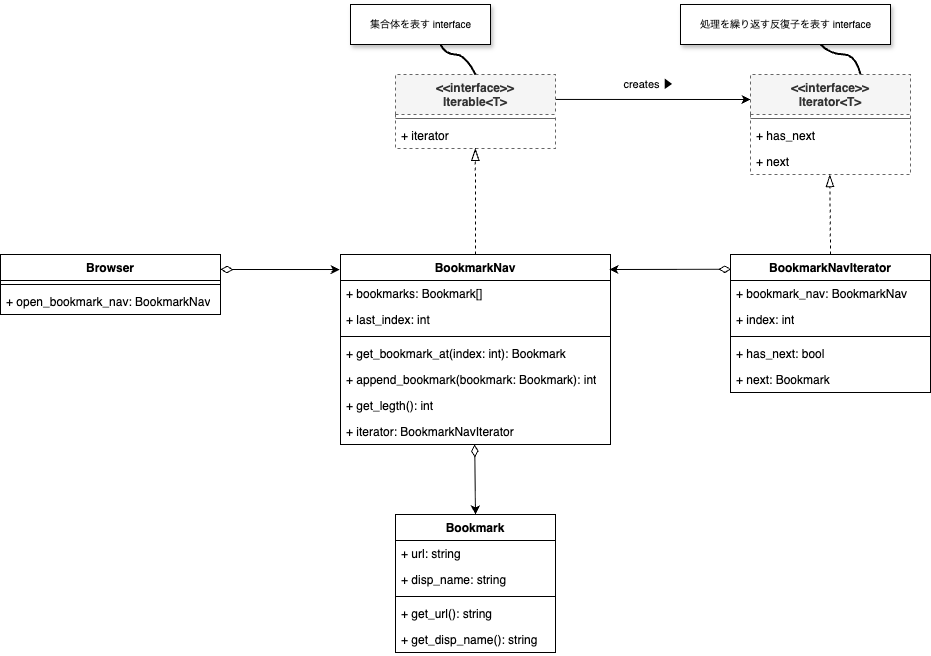
This is uml/iterator.drawio.png from yamaga-shu/design-pattern-ruby, a draw.io export, as it was before one commit. Source tidied: cells renumbered, new cells last; positions are measured from the earlier drawing's top-left corner, leaving out a move shared by most shapes.
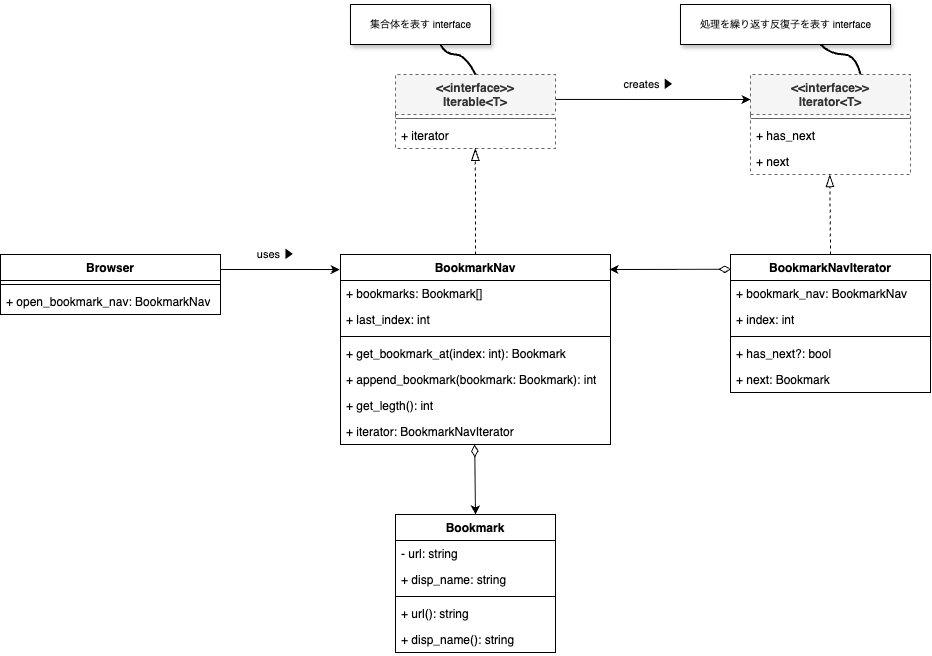
The same file after the commit.

The edit, as a diff of the source:
```diff
@@ -59,7 +59,7 @@
     <mxCell id="20" style="line;strokeWidth=1;fillColor=none;align=left;verticalAlign=middle;spacingTop=-1;spacingLeft=3;spacingRight=3;labelPosition=right;strokeColor=inherit;" parent="17" vertex="1">
       <mxGeometry y="78" width="200" height="8" as="geometry" />
     </mxCell>
-    <mxCell id="21" value="+ has_next: bool" style="text;strokeColor=none;fillColor=none;align=left;verticalAlign=top;spacingLeft=4;spacingRight=4;overflow=hidden;whiteSpace=wrap;html=1;" parent="17" vertex="1">
+    <mxCell id="21" value="+ has_next?: bool" style="text;strokeColor=none;fillColor=none;align=left;verticalAlign=top;spacingLeft=4;spacingRight=4;overflow=hidden;whiteSpace=wrap;html=1;" parent="17" vertex="1">
       <mxGeometry y="86" width="200" height="26" as="geometry" />
     </mxCell>
     <mxCell id="22" value="+ next: Bookmark" style="text;strokeColor=none;fillColor=none;align=left;verticalAlign=top;spacingLeft=4;spacingRight=4;overflow=hidden;whiteSpace=wrap;html=1;" parent="17" vertex="1">
@@ -68,7 +68,7 @@
     <mxCell id="23" value="Bookmark" style="swimlane;fontStyle=1;align=center;verticalAlign=top;horizontal=1;startSize=26;whiteSpace=wrap;html=1;" parent="1" vertex="1">
       <mxGeometry x="395" y="510" width="160" height="138" as="geometry" />
     </mxCell>
-    <mxCell id="24" value="+ url: string" style="text;strokeColor=none;fillColor=none;align=left;verticalAlign=top;spacingLeft=4;spacingRight=4;overflow=hidden;whiteSpace=wrap;html=1;" parent="23" vertex="1">
+    <mxCell id="24" value="- url: string" style="text;strokeColor=none;fillColor=none;align=left;verticalAlign=top;spacingLeft=4;spacingRight=4;overflow=hidden;whiteSpace=wrap;html=1;" parent="23" vertex="1">
       <mxGeometry y="26" width="160" height="26" as="geometry" />
     </mxCell>
     <mxCell id="25" value="+ disp_name: string" style="text;strokeColor=none;fillColor=none;align=left;verticalAlign=top;spacingLeft=4;spacingRight=4;overflow=hidden;whiteSpace=wrap;html=1;" parent="23" vertex="1">
@@ -77,10 +77,10 @@
     <mxCell id="26" style="line;strokeWidth=1;fillColor=none;align=left;verticalAlign=middle;spacingTop=-1;spacingLeft=3;spacingRight=3;labelPosition=right;strokeColor=inherit;" parent="23" vertex="1">
       <mxGeometry y="78" width="160" height="8" as="geometry" />
     </mxCell>
-    <mxCell id="27" value="+ get_url(): string" style="text;strokeColor=none;fillColor=none;align=left;verticalAlign=top;spacingLeft=4;spacingRight=4;overflow=hidden;whiteSpace=wrap;html=1;" parent="23" vertex="1">
+    <mxCell id="27" value="+ url(): string" style="text;strokeColor=none;fillColor=none;align=left;verticalAlign=top;spacingLeft=4;spacingRight=4;overflow=hidden;whiteSpace=wrap;html=1;" parent="23" vertex="1">
       <mxGeometry y="86" width="160" height="26" as="geometry" />
     </mxCell>
-    <mxCell id="28" value="+ get_disp_name(): string" style="text;strokeColor=none;fillColor=none;align=left;verticalAlign=top;spacingLeft=4;spacingRight=4;overflow=hidden;whiteSpace=wrap;html=1;" parent="23" vertex="1">
+    <mxCell id="28" value="+ disp_name(): string" style="text;strokeColor=none;fillColor=none;align=left;verticalAlign=top;spacingLeft=4;spacingRight=4;overflow=hidden;whiteSpace=wrap;html=1;" parent="23" vertex="1">
       <mxGeometry y="112" width="160" height="26" as="geometry" />
     </mxCell>
     <mxCell id="29" style="endArrow=classic;html=1;exitX=1.002;exitY=0.337;exitDx=0;exitDy=0;entryX=0;entryY=0.25;entryDx=0;entryDy=0;exitPerimeter=0;" parent="1" edge="1" source="2" target="5">
@@ -100,11 +100,16 @@
     <mxCell id="33" style="endArrow=classic;html=1;exitX=0.004;exitY=0.107;exitDx=0;exitDy=0;exitPerimeter=0;entryX=0.996;entryY=0.079;entryDx=0;entryDy=0;entryPerimeter=0;startArrow=diamondThin;startFill=0;startSize=10;" parent="1" edge="1" source="17" target="9">
       <mxGeometry relative="1" as="geometry" />
     </mxCell>
-    <mxCell id="34" style="endArrow=classic;html=1;exitX=1;exitY=0.25;exitDx=0;exitDy=0;entryX=-0.003;entryY=0.079;entryDx=0;entryDy=0;entryPerimeter=0;startArrow=diamondThin;startFill=0;startSize=10;" parent="1" edge="1" target="9">
+    <mxCell id="34" style="endArrow=classic;html=1;exitX=1;exitY=0.25;exitDx=0;exitDy=0;entryX=-0.003;entryY=0.079;entryDx=0;entryDy=0;entryPerimeter=0;startArrow=none;startFill=0;startSize=10;" parent="1" edge="1" target="9">
       <mxGeometry relative="1" as="geometry">
         <mxPoint x="220" y="265" as="sourcePoint" />
       </mxGeometry>
     </mxCell>
+    <mxCell id="48" value="uses ▶︎" style="edgeLabel;html=1;align=center;verticalAlign=middle;" parent="34" vertex="1">
+      <mxGeometry x="-0.08" y="1" relative="1" as="geometry">
+        <mxPoint y="-14" as="offset" />
+      </mxGeometry>
+    </mxCell>
     <mxCell id="35" style="endArrow=classic;html=1;exitX=0.497;exitY=1.001;exitDx=0;exitDy=0;exitPerimeter=0;entryX=0.5;entryY=0;entryDx=0;entryDy=0;startArrow=diamondThin;startFill=0;startSize=10;" parent="1" edge="1" source="16" target="23">
       <mxGeometry relative="1" as="geometry" />
     </mxCell>
```
